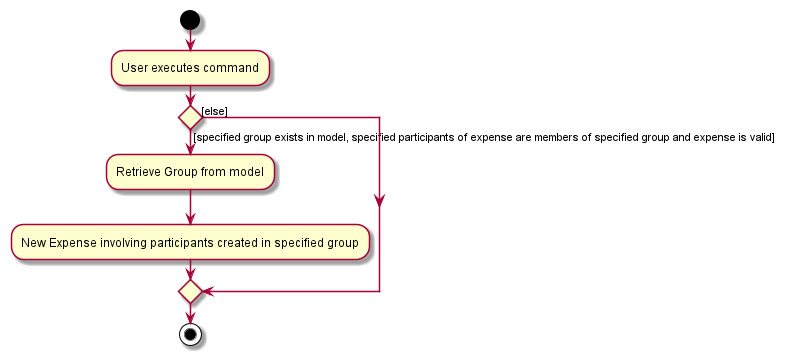
The PlantUML diagram docs/images/AddExpenseActivityDiagram.png in ramapriyan912001/tp, before a commit. Its diagram source:
```plantuml
@startuml
start
:User executes command;


if () then ([specified group exists in model, specified participants of expense are members of specified group and expense is valid])
    :Retrieve Group from model;
    :New Expense involving participants created in specified group;

else([else])
endif
stop
@enduml
```
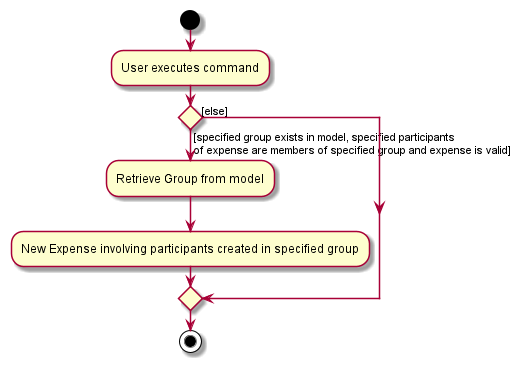
After the commit.

The edit, as a diff of the source:
```diff
@@ -3,7 +3,7 @@
 :User executes command;
 
 
-if () then ([specified group exists in model, specified participants of expense are members of specified group and expense is valid])
+if () then ([specified group exists in model, specified participants \nof expense are members of specified group and expense is valid])
     :Retrieve Group from model;
     :New Expense involving participants created in specified group;
 
```
